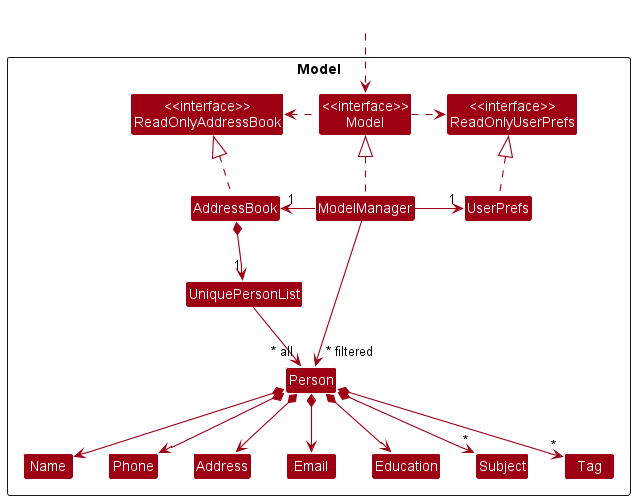
Above: docs/images/ModelClassDiagram.png in nus-cs2103-AY2223S2/tp (PlantUML), before the change. Its diagram source:
```plantuml
@startuml
!include style.puml
skinparam arrowThickness 1.1
skinparam arrowColor MODEL_COLOR
skinparam classBackgroundColor MODEL_COLOR

Package Model <<Rectangle>>{
Class "<<interface>>\nReadOnlyAddressBook" as ReadOnlyAddressBook
Class "<<interface>>\nReadOnlyUserPrefs" as ReadOnlyUserPrefs
Class "<<interface>>\nModel" as Model
Class AddressBook
Class ModelManager
Class UserPrefs

Class UniquePersonList
Class Person
Class Address
Class Education
Class Email
Class Name
Class Phone
Class Subject
Class Tag

}

Class HiddenOutside #FFFFFF
HiddenOutside ..> Model

AddressBook .up.|> ReadOnlyAddressBook

ModelManager .up.|> Model
Model .right.> ReadOnlyUserPrefs
Model .left.> ReadOnlyAddressBook
ModelManager -left-> "1" AddressBook
ModelManager -right-> "1" UserPrefs
UserPrefs .up.|> ReadOnlyUserPrefs

AddressBook *--> "1" UniquePersonList
UniquePersonList --> "~* all" Person
Person *--> Name
Person *--> Phone
Person *--> Email
Person *--> Address
Person *--> Education
Person *--> "*" Tag
Person *--> "*" Subject

Name -[hidden]right-> Phone
Phone -[hidden]right-> Address
Address -[hidden]right-> Email

ModelManager -->"~* filtered" Person
@enduml
```
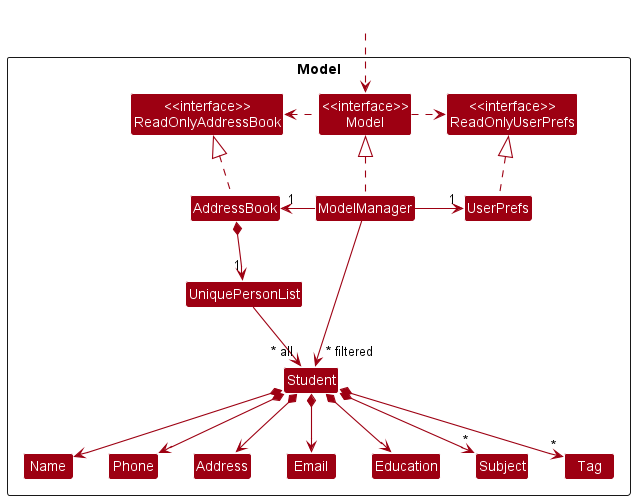
Later version of the same file.

Diff of the diagram source:
```diff
@@ -13,7 +13,7 @@
 Class UserPrefs
 
 Class UniquePersonList
-Class Person
+Class Student
 Class Address
 Class Education
 Class Email
@@ -37,18 +37,18 @@
 UserPrefs .up.|> ReadOnlyUserPrefs
 
 AddressBook *--> "1" UniquePersonList
-UniquePersonList --> "~* all" Person
-Person *--> Name
-Person *--> Phone
-Person *--> Email
-Person *--> Address
-Person *--> Education
-Person *--> "*" Tag
-Person *--> "*" Subject
+UniquePersonList --> "~* all" Student
+Student *--> Name
+Student *--> Phone
+Student *--> Email
+Student *--> Address
+Student *--> Education
+Student *--> "*" Tag
+Student *--> "*" Subject
 
 Name -[hidden]right-> Phone
 Phone -[hidden]right-> Address
 Address -[hidden]right-> Email
 
-ModelManager -->"~* filtered" Person
+ModelManager -->"~* filtered" Student
 @enduml
```
